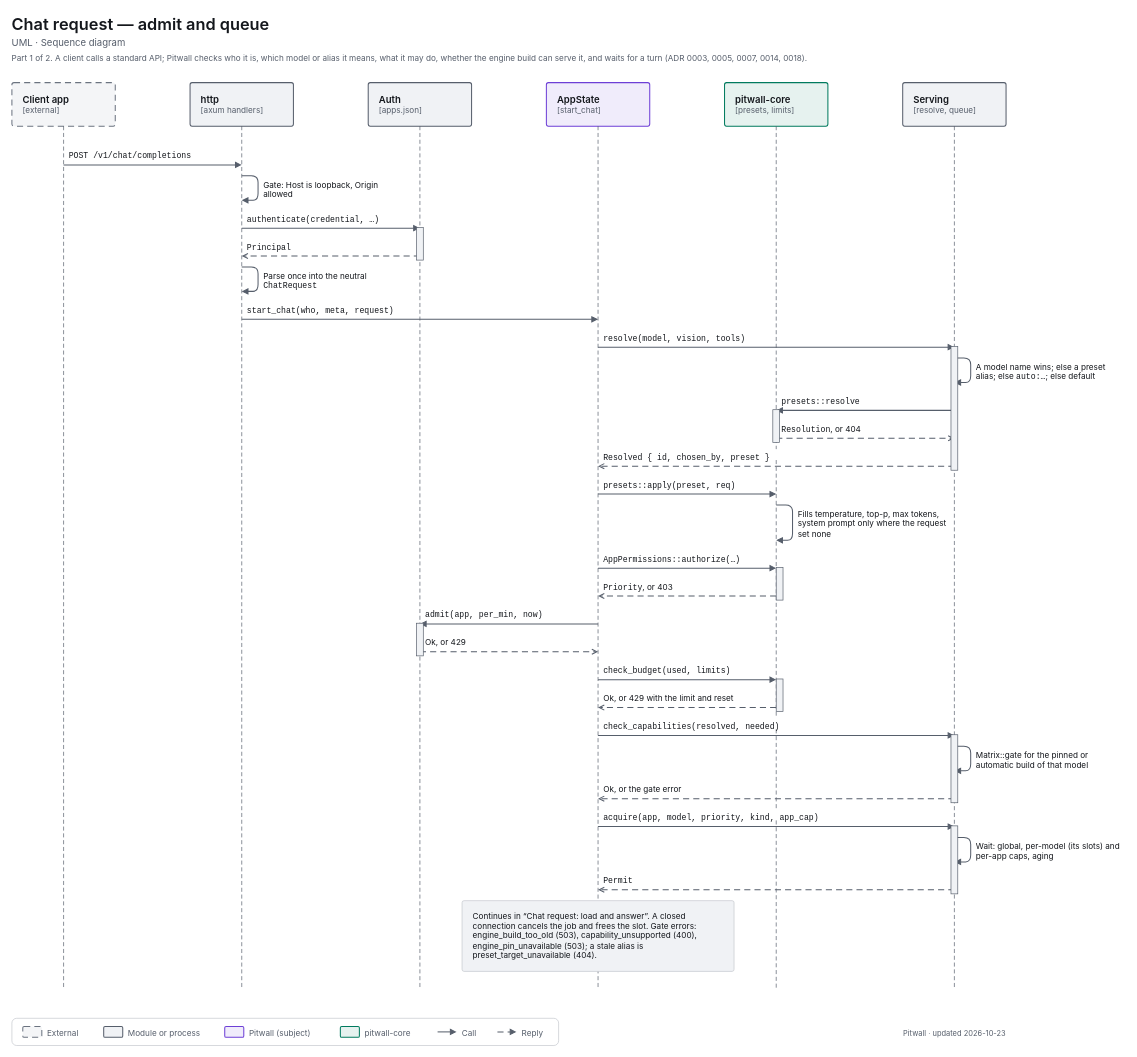
Before: apps/pitwall/docs/diagrams/uml-seq-chat-admit.drawio in decryp7/paddock, a draw.io diagram. Source tidied: cells renumbered, new cells numbered last; positions are measured from the earlier drawing's top-left corner, leaving out a move shared by most shapes. Both pictures are drawn from the tidied source at 68%, with x=0, y=0 at pixel (12, 12).
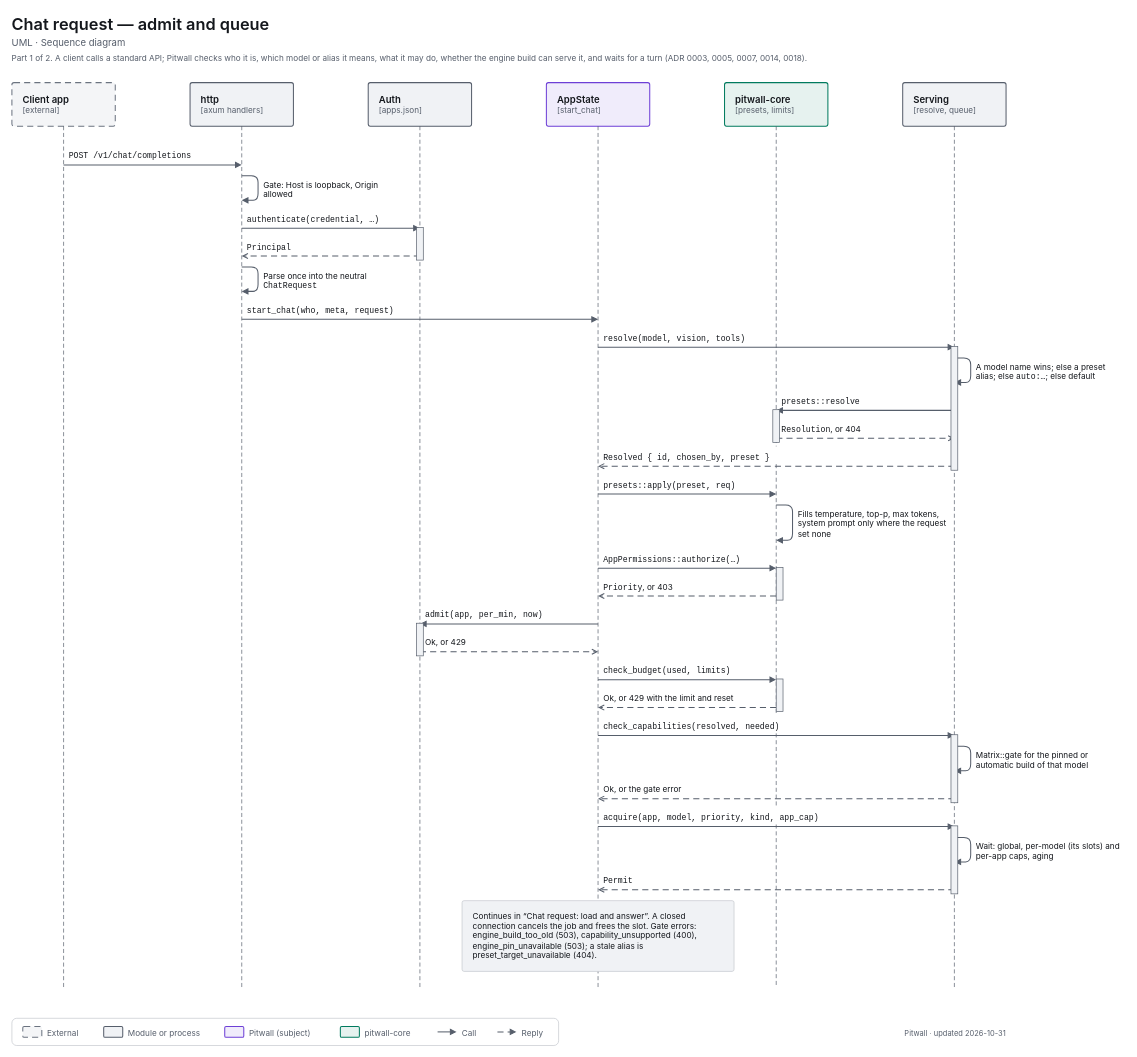
The same page after the edit.

What changed in the source:
```diff
@@
     <mxCell id="15" style="edgeStyle=none;rounded=1;html=1;strokeWidth=1;strokeColor=light-dark(#565E6B,#A0A7B2);endArrow=none;endFill=0;endSize=6;dashed=1;dashPattern=6 4;" parent="1" edge="1">
       <mxGeometry relative="1" as="geometry">
         <mxPoint x="1124" y="168" as="sourcePoint" />
-        <mxPoint x="1124" y="643" as="targetPoint" />
+        <mxPoint x="1124" y="639" as="targetPoint" />
       </mxGeometry>
     </mxCell>
     <mxCell id="16" style="edgeStyle=none;rounded=1;html=1;strokeWidth=1;strokeColor=light-dark(#565E6B,#A0A7B2);endArrow=none;endFill=0;endSize=6;dashed=1;dashPattern=6 4;" parent="1" edge="1">
       <mxGeometry relative="1" as="geometry">
-        <mxPoint x="1124" y="659" as="sourcePoint" />
-        <mxPoint x="1124" y="1039" as="targetPoint" />
+        <mxPoint x="1124" y="665" as="sourcePoint" />
+        <mxPoint x="1124" y="1035" as="targetPoint" />
       </mxGeometry>
     </mxCell>
     <mxCell id="17" style="edgeStyle=none;rounded=1;html=1;strokeWidth=1;strokeColor=light-dark(#565E6B,#A0A7B2);endArrow=none;endFill=0;endSize=6;dashed=1;dashPattern=6 4;" parent="1" edge="1">
       <mxGeometry relative="1" as="geometry">
-        <mxPoint x="1124" y="1055" as="sourcePoint" />
-        <mxPoint x="1124" y="1173" as="targetPoint" />
+        <mxPoint x="1124" y="1061" as="sourcePoint" />
+        <mxPoint x="1124" y="1169" as="targetPoint" />
       </mxGeometry>
     </mxCell>
     <mxCell id="18" style="edgeStyle=none;rounded=1;html=1;strokeWidth=1;strokeColor=light-dark(#565E6B,#A0A7B2);endArrow=none;endFill=0;endSize=6;dashed=1;dashPattern=6 4;" parent="1" edge="1">
       <mxGeometry relative="1" as="geometry">
-        <mxPoint x="1124" y="1189" as="sourcePoint" />
+        <mxPoint x="1124" y="1195" as="sourcePoint" />
         <mxPoint x="1124" y="1435" as="targetPoint" />
       </mxGeometry>
     </mxCell>
@@
-    <mxCell id="92" value="&lt;span style=&quot;font-size:11px;font-weight:400&quot;&gt;Pitwall · updated 2026-10-23&lt;/span&gt;" style="html=1;whiteSpace=wrap;fontFamily=-apple-system,BlinkMacSystemFont,Segoe UI,system-ui,sans-serif;fontSize=12;fontColor=light-dark(#14171C,#ECEEF1);text;strokeColor=none;fillColor=none;align=right;verticalAlign=top;spacing=0;fontColor=light-dark(#565E6B,#A0A7B2);" parent="1" vertex="1">
+    <mxCell id="92" value="&lt;span style=&quot;font-size:11px;font-weight:400&quot;&gt;Pitwall · updated 2026-10-31&lt;/span&gt;" style="html=1;whiteSpace=wrap;fontFamily=-apple-system,BlinkMacSystemFont,Segoe UI,system-ui,sans-serif;fontSize=12;fontColor=light-dark(#14171C,#ECEEF1);text;strokeColor=none;fillColor=none;align=right;verticalAlign=top;spacing=0;fontColor=light-dark(#565E6B,#A0A7B2);" parent="1" vertex="1">
       <mxGeometry x="1102" y="1491" width="360" height="18" as="geometry" />
     </mxCell>
```
